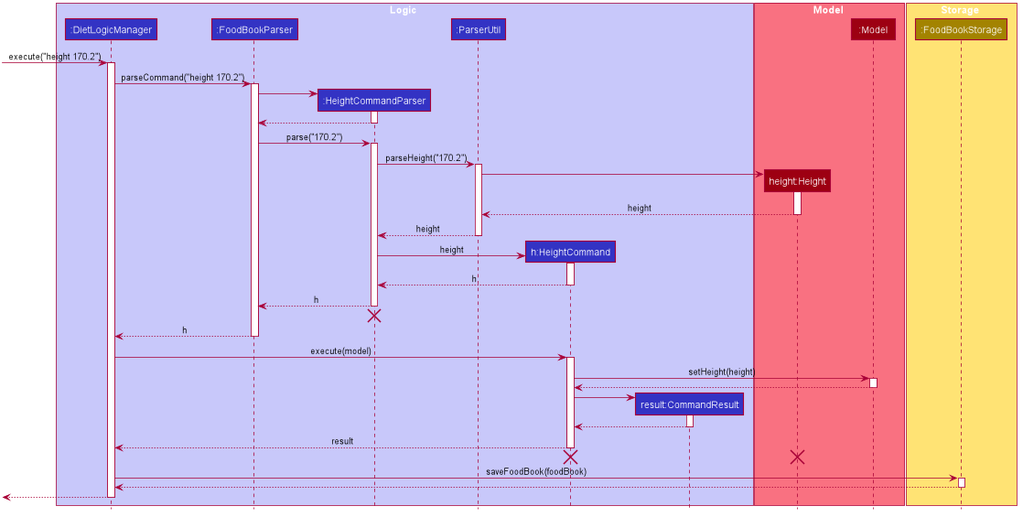
The PlantUML diagram images/DietTrackerHeightCommandSequenceDiagram.png in AY1920S2-CS2103T-W13-1/main, before a commit.
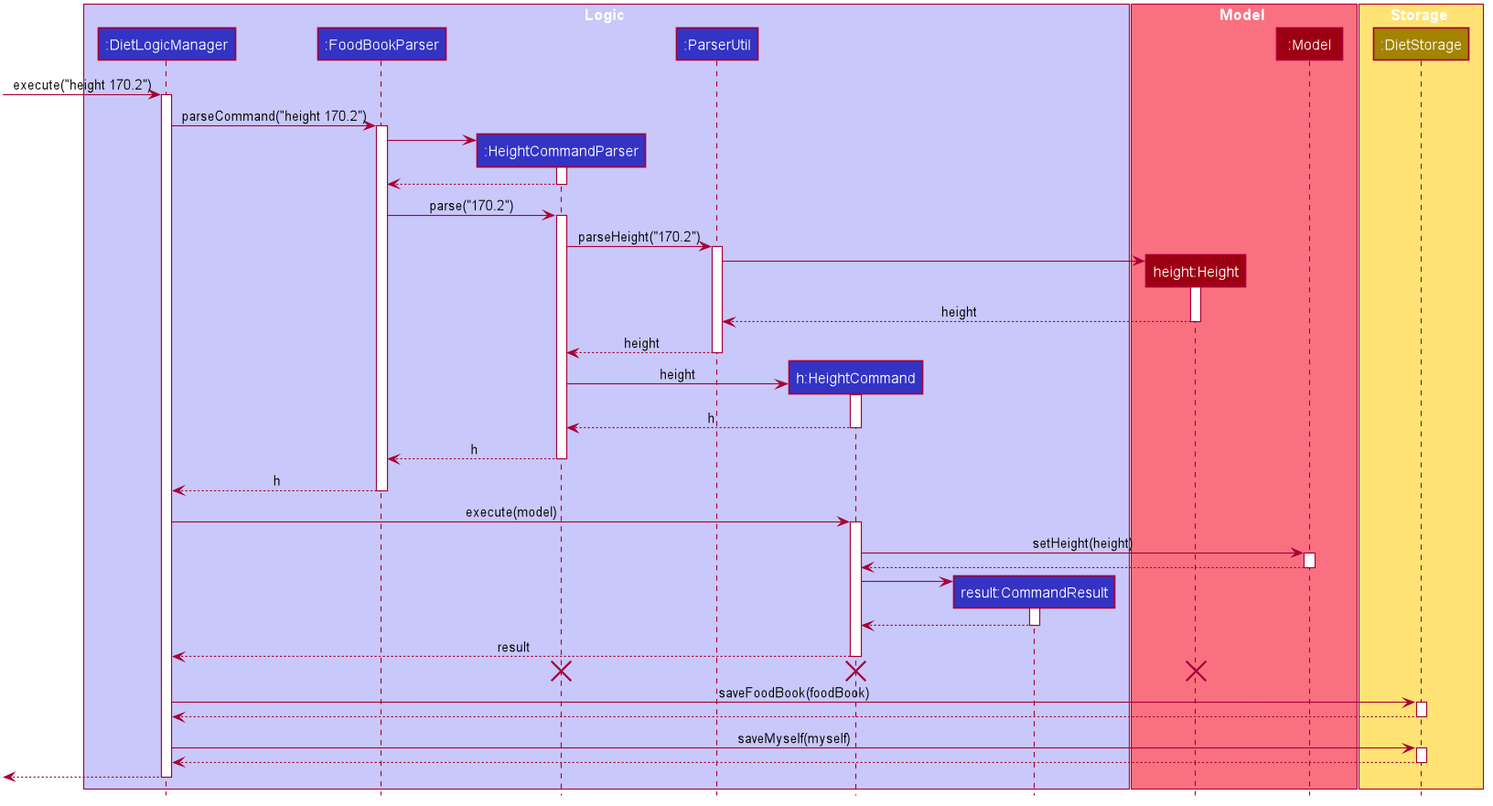
The same file after the commit.

Diff of the diagram source:
```diff
@@ -1,4 +1,5 @@
 @startuml
+
 
 
 
@@ -63,7 +64,7 @@
 end box
 
 box Storage #FFE374
-participant ":FoodBookStorage" as FoodBookStorage #A38300
+participant ":DietStorage" as FoodBookStorage #A38300
 end box
 
 [-> LogicManager : execute("height 170.2")
@@ -105,8 +106,6 @@
 
 HeightCommandParser --> FoodBookParser : h
 deactivate HeightCommandParser
-HeightCommandParser -[hidden]-> FoodBookParser
-destroy HeightCommandParser
 
 FoodBookParser --> LogicManager : h
 deactivate FoodBookParser
@@ -133,8 +132,15 @@
 HeightCommand -[hidden]-> LogicManager
 destroy HeightCommand
 destroy HeightHeight
+destroy HeightCommandParser
 
 LogicManager -> FoodBookStorage : saveFoodBook(foodBook)
+activate FoodBookStorage
+
+FoodBookStorage --> LogicManager
+deactivate FoodBookStorage
+
+LogicManager -> FoodBookStorage : saveMyself(myself)
 activate FoodBookStorage
 
 FoodBookStorage --> LogicManager
```
